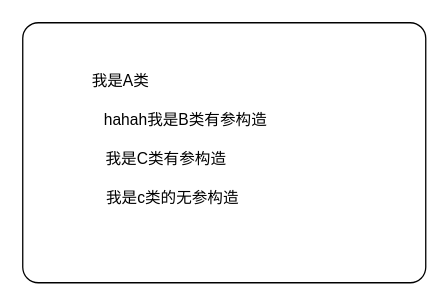
The draw.io diagram draw/extendExercise2.drawio in DeepDarkBoy48/JavaStudy, before the edit. Source tidied: cells renumbered, new cells numbered last; positions are measured from the earlier drawing's top-left corner, leaving out a move shared by most shapes. Both pictures are drawn from the tidied source at 130%, with x=0, y=0 at pixel (22, 22).
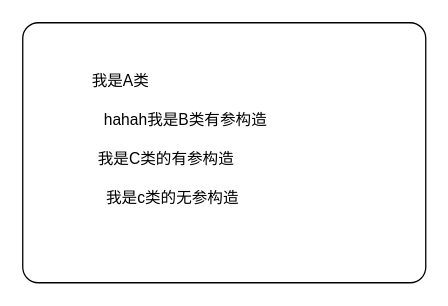
Above is the later version.

The edit, as a diff of the source:
```diff
@@
 <mxGraphModel>
   <root>
     <mxCell id="0" />
     <mxCell id="1" parent="0" />
     <mxCell id="2" style="rounded=1;whiteSpace=wrap;html=1;arcSize=6;" parent="1" vertex="1">
       <mxGeometry width="310" height="200" as="geometry" />
     </mxCell>
     <mxCell id="3" value="我是A类" style="text;html=1;align=center;verticalAlign=middle;strokeColor=none;fillColor=none;" parent="1" vertex="1">
       <mxGeometry x="40" y="30" width="70" height="30" as="geometry" />
     </mxCell>
     <mxCell id="4" value="hahah我是B类有参构造" style="text;html=1;align=center;verticalAlign=middle;strokeColor=none;fillColor=none;" parent="1" vertex="1">
       <mxGeometry x="50" y="60" width="150" height="30" as="geometry" />
     </mxCell>
-    <mxCell id="5" value="我是C类有参构造" style="text;html=1;align=center;verticalAlign=middle;strokeColor=none;fillColor=none;" parent="1" vertex="1">
-      <mxGeometry x="50" y="90" width="120" height="30" as="geometry" />
+    <mxCell id="5" value="我是C类的有参构造" style="text;html=1;align=center;verticalAlign=middle;strokeColor=none;fillColor=none;" parent="1" vertex="1">
+      <mxGeometry x="45" y="90" width="130" height="30" as="geometry" />
     </mxCell>
     <mxCell id="6" value="我是c类的无参构造" style="text;html=1;align=center;verticalAlign=middle;strokeColor=none;fillColor=none;" parent="1" vertex="1">
       <mxGeometry x="50" y="120" width="130" height="30" as="geometry" />
     </mxCell>
   </root>
 </mxGraphModel>
```
